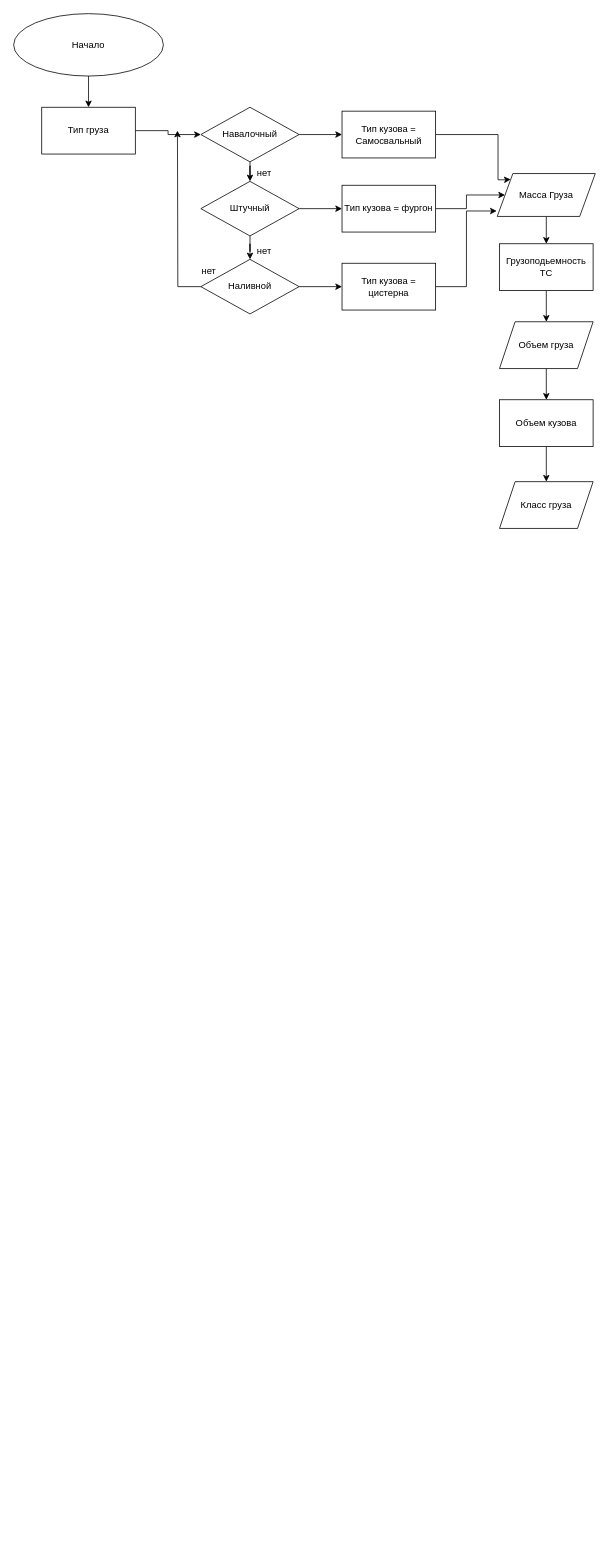
This is структурная схема БД.drawio from BatyrbekovKk/VPS, a draw.io file, before an edit. Source tidied: cells renumbered, new cells numbered last; positions are measured from the earlier drawing's top-left corner, leaving out a move shared by most shapes. Both pictures are drawn from the tidied source at 78%, with x=0, y=0 at pixel (13, 13).
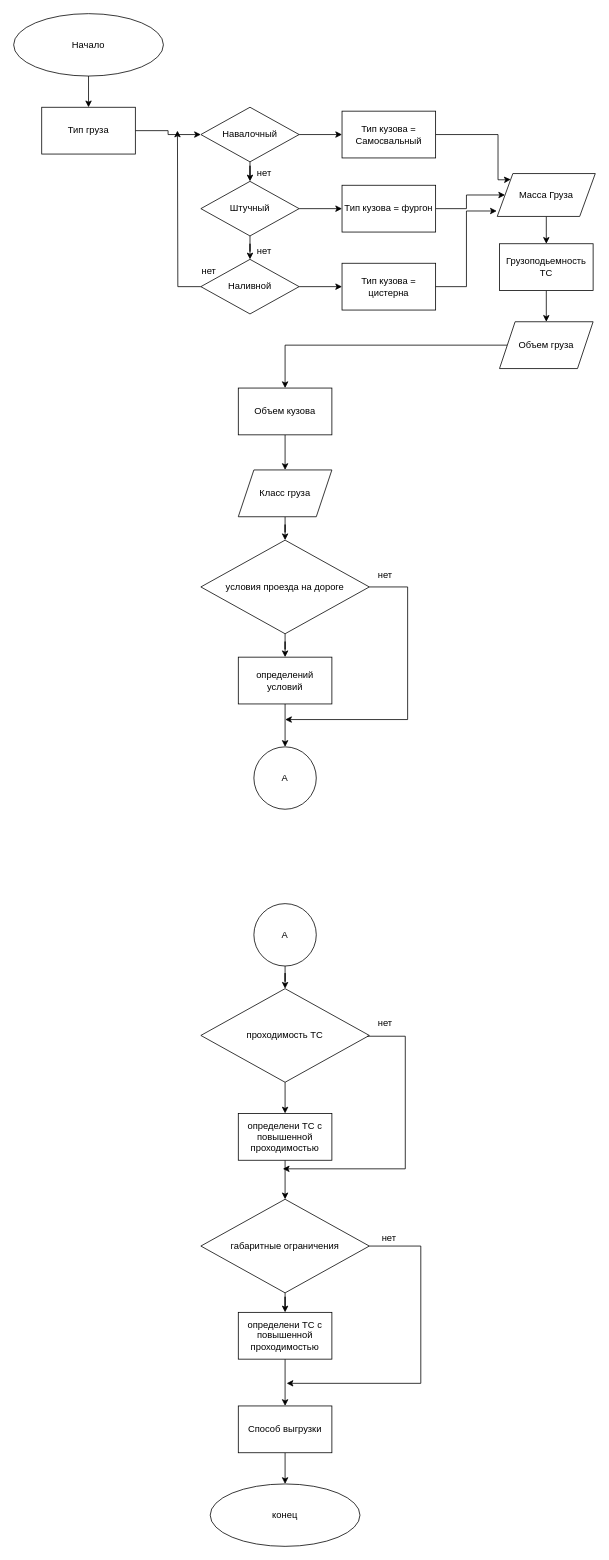
The same diagram, later.

Change to the diagram source:
```diff
@@
     <mxCell id="31" value="Объем кузова" style="whiteSpace=wrap;html=1;" parent="1" vertex="1">
-      <mxGeometry x="622.9" y="495" width="120" height="60" as="geometry" />
+      <mxGeometry x="288" y="480" width="120" height="60" as="geometry" />
     </mxCell>
+    <mxCell id="33" style="edgeStyle=orthogonalEdgeStyle;rounded=0;jettySize=auto;html=1;" parent="1" edge="1" source="32" target="36">
+      <mxGeometry relative="1" as="geometry" />
+    </mxCell>
     <mxCell id="32" value="Класс груза" style="shape=parallelogram;perimeter=parallelogramPerimeter;whiteSpace=wrap;html=1;fixedSize=1;" parent="1" vertex="1">
-      <mxGeometry x="622.9" y="600" width="120" height="60" as="geometry" />
+      <mxGeometry x="288" y="585" width="120" height="60" as="geometry" />
     </mxCell>
+    <mxCell id="34" style="edgeStyle=orthogonalEdgeStyle;rounded=0;jettySize=auto;html=1;" parent="1" edge="1" source="36" target="42">
+      <mxGeometry relative="1" as="geometry" />
+    </mxCell>
+    <mxCell id="35" style="edgeStyle=orthogonalEdgeStyle;rounded=0;jettySize=auto;html=1;" parent="1" edge="1" source="36">
+      <mxGeometry relative="1" as="geometry">
+        <mxPoint x="348.1" y="905" as="targetPoint" />
+        <Array as="points">
+          <mxPoint x="505.1" y="735" />
+          <mxPoint x="505.1" y="905" />
+        </Array>
+      </mxGeometry>
+    </mxCell>
+    <mxCell id="36" value="условия проезда на дороге" style="rhombus;whiteSpace=wrap;html=1;" parent="1" vertex="1">
+      <mxGeometry x="240" y="675" width="216" height="120" as="geometry" />
+    </mxCell>
+    <mxCell id="37" style="edgeStyle=orthogonalEdgeStyle;rounded=0;jettySize=auto;html=1;" parent="1" edge="1" source="38" target="44">
+      <mxGeometry relative="1" as="geometry" />
+    </mxCell>
+    <mxCell id="38" value="проходимость ТС" style="rhombus;whiteSpace=wrap;html=1;" parent="1" vertex="1">
+      <mxGeometry x="240" y="1250" width="216" height="120" as="geometry" />
+    </mxCell>
+    <mxCell id="39" style="edgeStyle=orthogonalEdgeStyle;rounded=0;jettySize=auto;html=1;entryX=0.5;entryY=0;entryDx=0;entryDy=0;" parent="1" edge="1" source="40" target="52">
+      <mxGeometry relative="1" as="geometry" />
+    </mxCell>
+    <mxCell id="40" value="габаритные ограничения" style="rhombus;whiteSpace=wrap;html=1;" parent="1" vertex="1">
+      <mxGeometry x="240" y="1520" width="216" height="120" as="geometry" />
+    </mxCell>
+    <mxCell id="41" style="edgeStyle=orthogonalEdgeStyle;rounded=0;jettySize=auto;html=1;entryX=0.5;entryY=0;entryDx=0;entryDy=0;" parent="1" edge="1" source="42" target="55">
+      <mxGeometry relative="1" as="geometry" />
+    </mxCell>
+    <mxCell id="42" value="определений условий" style="whiteSpace=wrap;html=1;" parent="1" vertex="1">
+      <mxGeometry x="288" y="825" width="120" height="60" as="geometry" />
+    </mxCell>
+    <mxCell id="43" style="edgeStyle=orthogonalEdgeStyle;rounded=0;jettySize=auto;html=1;" parent="1" edge="1" source="44" target="40">
+      <mxGeometry relative="1" as="geometry" />
+    </mxCell>
+    <mxCell id="44" value="определени ТС с повышенной проходимостью" style="whiteSpace=wrap;html=1;" parent="1" vertex="1">
+      <mxGeometry x="288" y="1410" width="120" height="60" as="geometry" />
+    </mxCell>
+    <mxCell id="45" value="нет" style="text;html=1;align=center;verticalAlign=middle;strokeColor=none;fillColor=none;" parent="1" vertex="1">
+      <mxGeometry x="456" y="705" width="40" height="30" as="geometry" />
+    </mxCell>
+    <mxCell id="46" style="edgeStyle=orthogonalEdgeStyle;rounded=0;orthogonalLoop=1;jettySize=auto;html=1;" parent="1" edge="1">
+      <mxGeometry relative="1" as="geometry">
+        <mxPoint x="453.1" y="1311" as="sourcePoint" />
+        <mxPoint x="345.1" y="1481" as="targetPoint" />
+        <Array as="points">
+          <mxPoint x="502.1" y="1311" />
+          <mxPoint x="502.1" y="1481" />
+        </Array>
+      </mxGeometry>
+    </mxCell>
+    <mxCell id="47" value="нет" style="text;html=1;align=center;verticalAlign=middle;strokeColor=none;fillColor=none;" parent="1" vertex="1">
+      <mxGeometry x="456" y="1280" width="40" height="30" as="geometry" />
+    </mxCell>
+    <mxCell id="48" style="edgeStyle=orthogonalEdgeStyle;rounded=0;jettySize=auto;html=1;entryX=0.5;entryY=0;entryDx=0;entryDy=0;" parent="1" edge="1" source="49" target="50">
+      <mxGeometry relative="1" as="geometry" />
+    </mxCell>
+    <mxCell id="49" value="Способ выгрузки" style="whiteSpace=wrap;html=1;" parent="1" vertex="1">
+      <mxGeometry x="288" y="1785" width="120" height="60" as="geometry" />
+    </mxCell>
+    <mxCell id="50" value="конец" style="ellipse;whiteSpace=wrap;html=1;" parent="1" vertex="1">
+      <mxGeometry x="252" y="1885" width="192" height="80" as="geometry" />
+    </mxCell>
+    <mxCell id="51" style="edgeStyle=orthogonalEdgeStyle;rounded=0;jettySize=auto;html=1;" parent="1" edge="1" source="52" target="49">
+      <mxGeometry relative="1" as="geometry" />
+    </mxCell>
+    <mxCell id="52" value="определени ТС с повышенной проходимостью" style="whiteSpace=wrap;html=1;" parent="1" vertex="1">
+      <mxGeometry x="288" y="1665" width="120" height="60" as="geometry" />
+    </mxCell>
+    <mxCell id="53" style="edgeStyle=orthogonalEdgeStyle;rounded=0;jettySize=auto;html=1;exitX=1;exitY=0.5;exitDx=0;exitDy=0;" parent="1" edge="1" source="40">
+      <mxGeometry relative="1" as="geometry">
+        <mxPoint x="350" y="1756" as="targetPoint" />
+        <Array as="points">
+          <mxPoint x="522" y="1580" />
+          <mxPoint x="522" y="1756" />
+        </Array>
+      </mxGeometry>
+    </mxCell>
+    <mxCell id="54" value="нет" style="text;html=1;align=center;verticalAlign=middle;strokeColor=none;fillColor=none;" parent="1" vertex="1">
+      <mxGeometry x="461" y="1555" width="40" height="30" as="geometry" />
+    </mxCell>
+    <mxCell id="55" value="А" style="ellipse;whiteSpace=wrap;html=1;" parent="1" vertex="1">
+      <mxGeometry x="308" y="940" width="80" height="80" as="geometry" />
+    </mxCell>
+    <mxCell id="56" style="edgeStyle=orthogonalEdgeStyle;rounded=0;jettySize=auto;html=1;" parent="1" edge="1" source="57" target="38">
+      <mxGeometry relative="1" as="geometry" />
+    </mxCell>
+    <mxCell id="57" value="А" style="ellipse;whiteSpace=wrap;html=1;" parent="1" vertex="1">
+      <mxGeometry x="308" y="1141" width="80" height="80" as="geometry" />
+    </mxCell>
```
